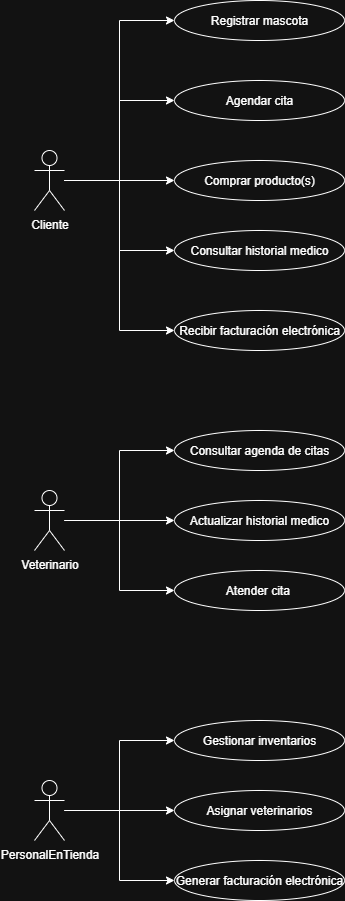
The draw.io diagram docs/uml/DiagramaCasosUso.png in Dav10-32/PetCare360, before a commit. Source tidied: cells renumbered, new cells last; positions are measured from the earlier drawing's top-left corner, leaving out a move shared by most shapes.
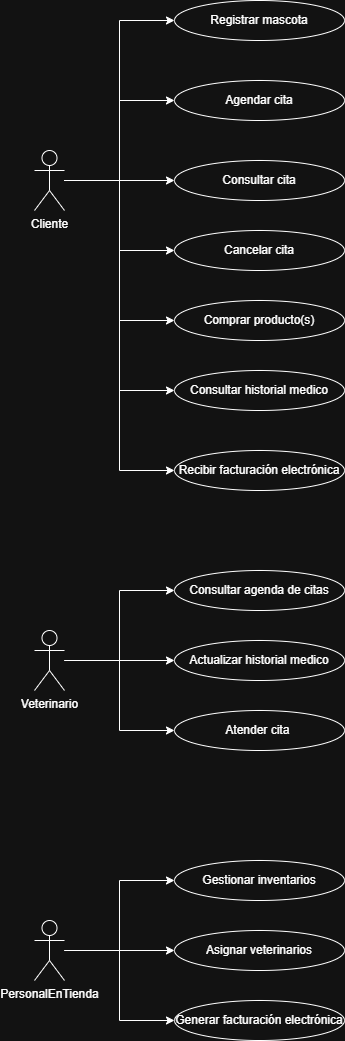
The same file after the commit.

Change to the diagram source:
```diff
@@ -17,14 +17,20 @@
     <mxCell id="6" style="edgeStyle=orthogonalEdgeStyle;rounded=0;jettySize=auto;html=1;entryX=0;entryY=0.5;entryDx=0;entryDy=0;" parent="1" edge="1" source="7" target="12">
       <mxGeometry relative="1" as="geometry" />
     </mxCell>
+    <mxCell id="27" style="edgeStyle=orthogonalEdgeStyle;rounded=0;jettySize=auto;html=1;" parent="1" edge="1" source="7" target="29">
+      <mxGeometry relative="1" as="geometry" />
+    </mxCell>
+    <mxCell id="28" style="edgeStyle=orthogonalEdgeStyle;rounded=0;jettySize=auto;html=1;entryX=0;entryY=0.5;entryDx=0;entryDy=0;" parent="1" edge="1" source="7" target="30">
+      <mxGeometry relative="1" as="geometry" />
+    </mxCell>
     <mxCell id="7" value="Cliente" style="shape=umlActor;verticalLabelPosition=bottom;verticalAlign=top;html=1;" parent="1" vertex="1">
-      <mxGeometry y="150" width="30" height="60" as="geometry" />
+      <mxGeometry y="10" width="30" height="60" as="geometry" />
     </mxCell>
     <mxCell id="8" value="Registrar mascota" style="ellipse;whiteSpace=wrap;html=1;" parent="1" vertex="1">
-      <mxGeometry x="140" width="170" height="40" as="geometry" />
+      <mxGeometry x="140" y="-140" width="170" height="40" as="geometry" />
     </mxCell>
     <mxCell id="9" value="Agendar cita" style="ellipse;whiteSpace=wrap;html=1;" parent="1" vertex="1">
-      <mxGeometry x="140" y="80" width="170" height="40" as="geometry" />
+      <mxGeometry x="140" y="-60" width="170" height="40" as="geometry" />
     </mxCell>
     <mxCell id="10" value="Comprar producto(s)" style="ellipse;whiteSpace=wrap;html=1;" parent="1" vertex="1">
       <mxGeometry x="140" y="160" width="170" height="40" as="geometry" />
@@ -77,5 +83,11 @@
     <mxCell id="26" value="Generar facturación electrónica" style="ellipse;whiteSpace=wrap;html=1;" parent="1" vertex="1">
       <mxGeometry x="140" y="860" width="170" height="40" as="geometry" />
     </mxCell>
+    <mxCell id="29" value="Consultar cita" style="ellipse;whiteSpace=wrap;html=1;" parent="1" vertex="1">
+      <mxGeometry x="140" y="20" width="170" height="40" as="geometry" />
+    </mxCell>
+    <mxCell id="30" value="Cancelar cita" style="ellipse;whiteSpace=wrap;html=1;" parent="1" vertex="1">
+      <mxGeometry x="140" y="90" width="170" height="40" as="geometry" />
+    </mxCell>
   </root>
 </mxGraphModel>
```
